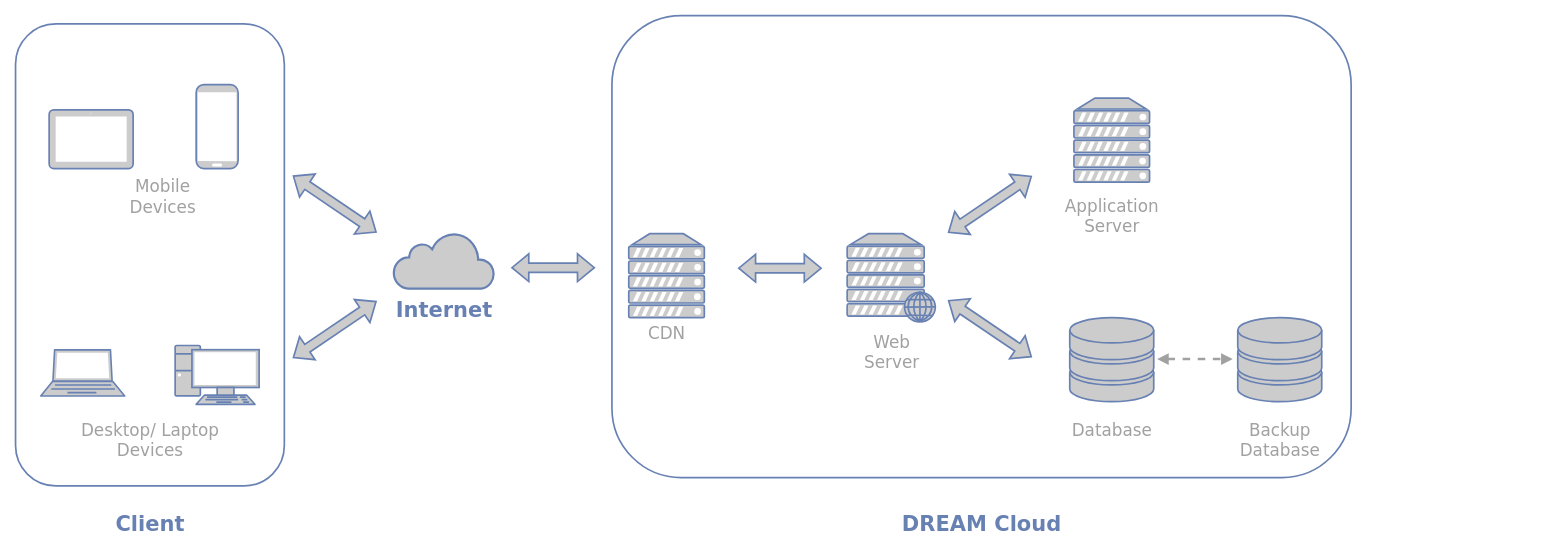
gabrielemarra/DREAM-ProjectDesign keeps this draw.io diagram as images_diagrams/dd/highlevel_arch.drawio. Above is the earlier version. Source tidied: cells renumbered, new cells numbered last; positions are measured from the earlier drawing's top-left corner, leaving out a move shared by most shapes. Both pictures are drawn from the tidied source at 84%, with x=0, y=0 at pixel (15, 15).
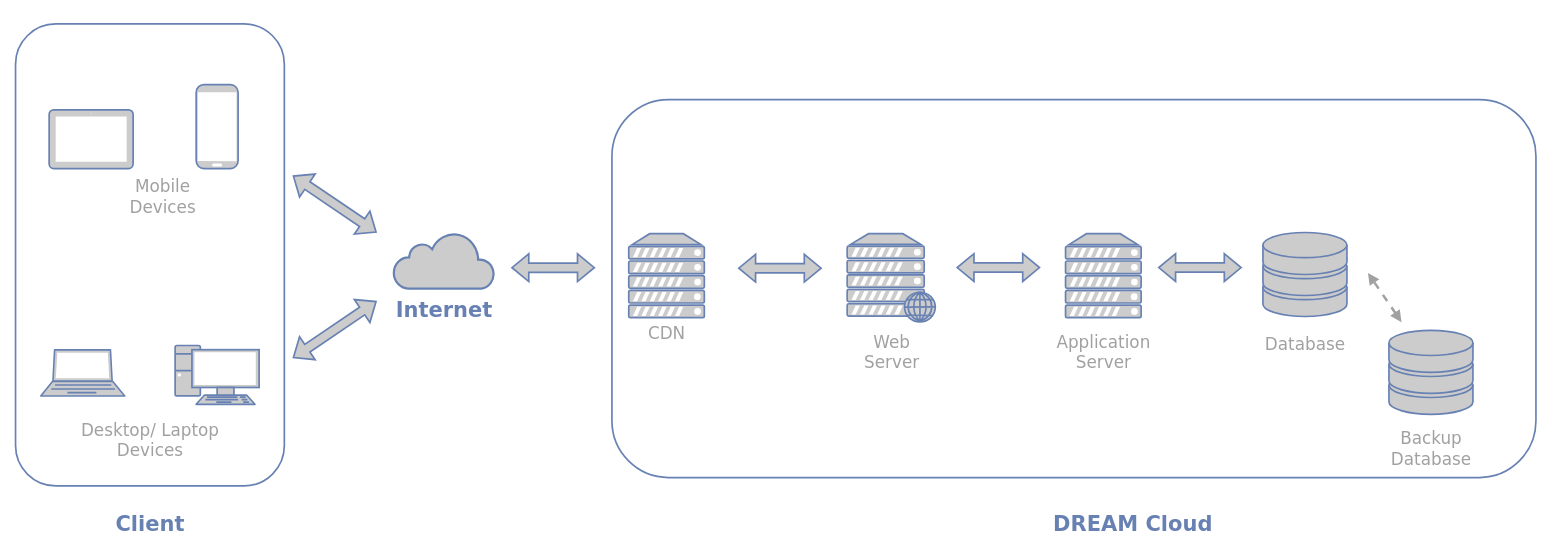
The same page after the edit.

Diff of the diagram source:
```diff
@@
     <mxCell id="3" style="rounded=1;whiteSpace=wrap;html=1;fontFamily=Verdana;fontSize=20;fontColor=#A1A1A1;strokeColor=#6881B3;strokeWidth=2;fillColor=none;" parent="1" vertex="1">
-      <mxGeometry x="710" width="880" height="550" as="geometry" />
+      <mxGeometry x="710" y="100" width="1100" height="450" as="geometry" />
     </mxCell>
@@
     <mxCell id="9" style="fontColor=#0066CC;verticalAlign=top;verticalLabelPosition=bottom;labelPosition=center;align=center;html=1;fillColor=#CCCCCC;strokeColor=#6881B3;gradientColor=none;gradientDirection=north;strokeWidth=2;shape=mxgraph.networks.storage;" parent="1" vertex="1">
-      <mxGeometry x="1255" y="359.7" width="100" height="100" as="geometry" />
+      <mxGeometry x="1485" y="258.3" width="100" height="100" as="geometry" />
     </mxCell>
@@
     <mxCell id="11" style="fontColor=#0066CC;verticalAlign=top;verticalLabelPosition=bottom;labelPosition=center;align=center;html=1;fillColor=#CCCCCC;strokeColor=#6881B3;gradientColor=none;gradientDirection=north;strokeWidth=2;shape=mxgraph.networks.server;" parent="1" vertex="1">
-      <mxGeometry x="1260" y="98.3" width="90" height="100" as="geometry" />
+      <mxGeometry x="1250" y="259.7" width="90" height="100" as="geometry" />
     </mxCell>
     <mxCell id="12" style="fontColor=#0066CC;verticalAlign=top;verticalLabelPosition=bottom;labelPosition=center;align=center;html=1;fillColor=#CCCCCC;strokeColor=#6881B3;gradientColor=none;gradientDirection=north;strokeWidth=2;shape=mxgraph.networks.storage;" parent="1" vertex="1">
-      <mxGeometry x="1455" y="359.7" width="100" height="100" as="geometry" />
+      <mxGeometry x="1635" y="374.7" width="100" height="100" as="geometry" />
     </mxCell>
@@
     <mxCell id="19" value="&lt;div&gt;&lt;font style=&quot;font-size: 20px&quot; face=&quot;Verdana&quot; color=&quot;#A1A1A1&quot;&gt;Application&lt;br&gt;&lt;/font&gt;&lt;/div&gt;&lt;div&gt;&lt;font style=&quot;font-size: 20px&quot; face=&quot;Verdana&quot; color=&quot;#A1A1A1&quot;&gt;Server&lt;/font&gt;&lt;/div&gt;" style="text;html=1;align=center;verticalAlign=middle;strokeColor=none;fillColor=none;" parent="1" vertex="1">
-      <mxGeometry x="1240" y="218.3" width="130" height="40" as="geometry" />
+      <mxGeometry x="1230" y="379.7" width="130" height="40" as="geometry" />
     </mxCell>
     <mxCell id="20" value="&lt;font style=&quot;font-size: 20px&quot;&gt;Database&lt;/font&gt;" style="text;html=1;align=center;verticalAlign=middle;strokeColor=none;fillColor=none;fontFamily=Verdana;fontSize=20;fontColor=#A1A1A1;" parent="1" vertex="1">
-      <mxGeometry x="1250" y="477.7" width="110" height="30" as="geometry" />
+      <mxGeometry x="1480" y="376.3" width="110" height="30" as="geometry" />
     </mxCell>
     <mxCell id="21" value="&lt;div style=&quot;font-size: 20px;&quot;&gt;&lt;font style=&quot;font-size: 20px&quot;&gt;Backup&lt;/font&gt;&lt;/div&gt;&lt;div style=&quot;font-size: 20px;&quot;&gt;&lt;font style=&quot;font-size: 20px&quot;&gt;Database&lt;/font&gt;&lt;/div&gt;" style="text;html=1;align=center;verticalAlign=middle;strokeColor=none;fillColor=none;fontFamily=Verdana;fontSize=20;fontColor=#A1A1A1;" parent="1" vertex="1">
-      <mxGeometry x="1450" y="479.7" width="110" height="50" as="geometry" />
+      <mxGeometry x="1630" y="490" width="110" height="50" as="geometry" />
     </mxCell>
@@
-    <mxCell id="24" style="endArrow=block;startArrow=block;html=1;rounded=0;strokeWidth=2;startFill=1;endFill=1;shape=flexArrow;strokeColor=#6881B3;fillColor=#CCCCCC;" parent="1" edge="1">
-      <mxGeometry relative="1" as="geometry">
-        <mxPoint x="1110" y="338.9" as="sourcePoint" />
-        <mxPoint x="1210" y="406.7" as="targetPoint" />
-      </mxGeometry>
-    </mxCell>
-    <mxCell id="25" style="endArrow=block;startArrow=block;html=1;rounded=0;strokeWidth=2;startFill=1;endFill=1;shape=flexArrow;strokeColor=#6881B3;fillColor=#CCCCCC;" parent="1" edge="1">
-      <mxGeometry relative="1" as="geometry">
-        <mxPoint x="1110" y="258.7" as="sourcePoint" />
-        <mxPoint x="1210" y="190.9" as="targetPoint" />
-      </mxGeometry>
-    </mxCell>
@@
     <mxCell id="29" value="&lt;font color=&quot;#6881B3&quot;&gt;&lt;b&gt;&lt;font style=&quot;font-size: 25px&quot;&gt;DREAM Cloud&lt;br&gt;&lt;/font&gt;&lt;/b&gt;&lt;/font&gt;" style="text;html=1;align=center;verticalAlign=middle;strokeColor=none;fillColor=none;fontFamily=Verdana;fontSize=20;fontColor=#A1A1A1;" parent="1" vertex="1">
-      <mxGeometry x="1050" y="590" width="200" height="30" as="geometry" />
+      <mxGeometry x="1230" y="590" width="200" height="30" as="geometry" />
     </mxCell>
     <mxCell id="30" style="endArrow=block;startArrow=block;html=1;rounded=0;strokeWidth=3;startFill=1;endFill=1;strokeColor=#A1A1A1;fillColor=#CCCCCC;dashed=1;" parent="1" edge="1">
       <mxGeometry relative="1" as="geometry">
-        <mxPoint x="1359" y="409" as="sourcePoint" />
-        <mxPoint x="1449" y="409" as="targetPoint" />
+        <mxPoint x="1650" y="365" as="sourcePoint" />
+        <mxPoint x="1610" y="306.4" as="targetPoint" />
       </mxGeometry>
     </mxCell>
+    <mxCell id="31" style="endArrow=block;startArrow=block;html=1;rounded=0;strokeWidth=2;startFill=1;endFill=1;shape=flexArrow;strokeColor=#6881B3;fillColor=#CCCCCC;" parent="1" edge="1">
+      <mxGeometry relative="1" as="geometry">
+        <mxPoint x="1120" y="300" as="sourcePoint" />
+        <mxPoint x="1220" y="300" as="targetPoint" />
+      </mxGeometry>
+    </mxCell>
+    <mxCell id="32" style="endArrow=block;startArrow=block;html=1;rounded=0;strokeWidth=2;startFill=1;endFill=1;shape=flexArrow;strokeColor=#6881B3;fillColor=#CCCCCC;" parent="1" edge="1">
+      <mxGeometry relative="1" as="geometry">
+        <mxPoint x="1360" y="300" as="sourcePoint" />
+        <mxPoint x="1460" y="300" as="targetPoint" />
+      </mxGeometry>
+    </mxCell>
```
